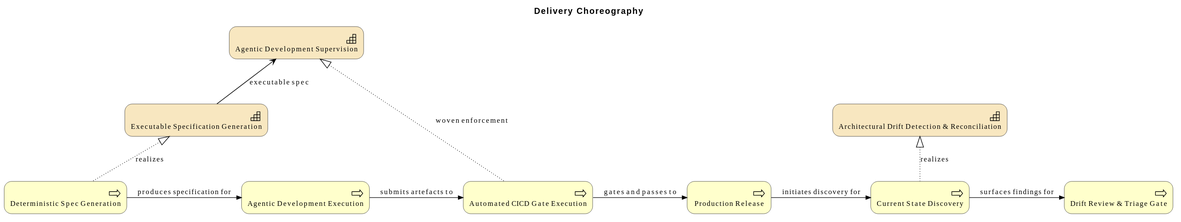
This is architecture/model/diagrams/frictionless-architect-delivery.svg from wolffy-au/frictionless-architect, a PlantUML export, as it was before one commit.
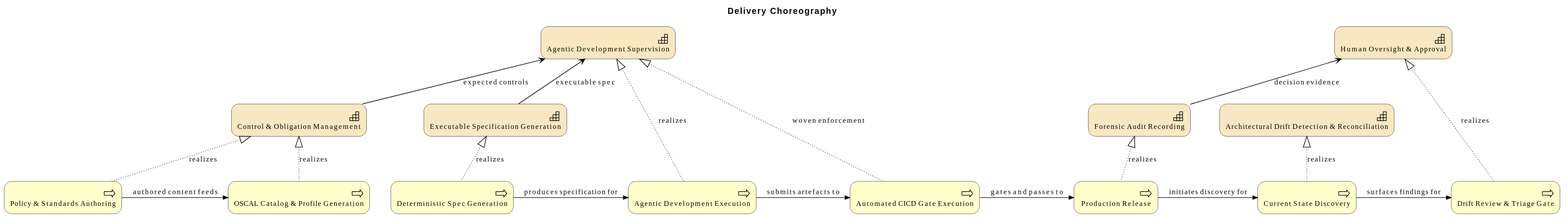
Above is the later version.

Commit message:
feat(model): add business-layer controls & compliance catalog flow

What changed in the source:
```diff
@@ -5,21 +5,34 @@
 
 Strategy_Capability(e_idafba1b4ab1e756, "Executable Specification Generation")
 Strategy_Capability(e_id4a1c34ab69d151, "Agentic Development Supervision")
+Strategy_Capability(e_idc29413a2099958, "Forensic Audit Recording")
 Strategy_Capability(e_id41aa3eb894c852, "Architectural Drift Detection & Reconciliation")
+Strategy_Capability(e_id08f340a094e552, "Human Oversight & Approval")
+Strategy_Capability(e_id72468b5b403450, "Control & Obligation Management")
 Business_Process(e_id65467a0befb959, "Deterministic Spec Generation")
 Business_Process(e_id0ee6a752deff52, "Agentic Development Execution")
 Business_Process(e_id799f46ebb7e15b, "Automated CICD Gate Execution")
 Business_Process(e_id9459a13c29ec5d, "Production Release")
 Business_Process(e_id3a7a27eefeb751, "Current State Discovery")
 Business_Process(e_id33612ed603b85e, "Drift Review & Triage Gate")
+Business_Process(e_id14fa9f783d5350, "Policy & Standards Authoring")
+Business_Process(e_idfeca8b2013795e, "OSCAL Catalog & Profile Generation")
 
+Rel_Serving_Up(e_id72468b5b403450, e_id4a1c34ab69d151, "expected controls")
 Rel_Serving_Up(e_idafba1b4ab1e756, e_id4a1c34ab69d151, "executable spec")
+Rel_Serving_Up(e_idc29413a2099958, e_id08f340a094e552, "decision evidence")
 Rel_Realization_Up(e_id65467a0befb959, e_idafba1b4ab1e756, "realizes")
 Rel_Realization_Up(e_id799f46ebb7e15b, e_id4a1c34ab69d151, "woven enforcement")
 Rel_Realization_Up(e_id3a7a27eefeb751, e_id41aa3eb894c852, "realizes")
+Rel_Realization_Up(e_id14fa9f783d5350, e_id72468b5b403450, "realizes")
+Rel_Realization_Up(e_idfeca8b2013795e, e_id72468b5b403450, "realizes")
+Rel_Realization_Up(e_id0ee6a752deff52, e_id4a1c34ab69d151, "realizes")
+Rel_Realization_Up(e_id9459a13c29ec5d, e_idc29413a2099958, "realizes")
+Rel_Realization_Up(e_id33612ed603b85e, e_id08f340a094e552, "realizes")
 Rel_Triggering_Right(e_id65467a0befb959, e_id0ee6a752deff52, "produces specification for")
 Rel_Triggering_Right(e_id0ee6a752deff52, e_id799f46ebb7e15b, "submits artefacts to")
 Rel_Triggering_Right(e_id799f46ebb7e15b, e_id9459a13c29ec5d, "gates and passes to")
 Rel_Triggering_Right(e_id9459a13c29ec5d, e_id3a7a27eefeb751, "initiates discovery for")
 Rel_Triggering_Right(e_id3a7a27eefeb751, e_id33612ed603b85e, "surfaces findings for")
+Rel_Triggering_Right(e_id14fa9f783d5350, e_idfeca8b2013795e, "authored content feeds")
 @enduml
```
